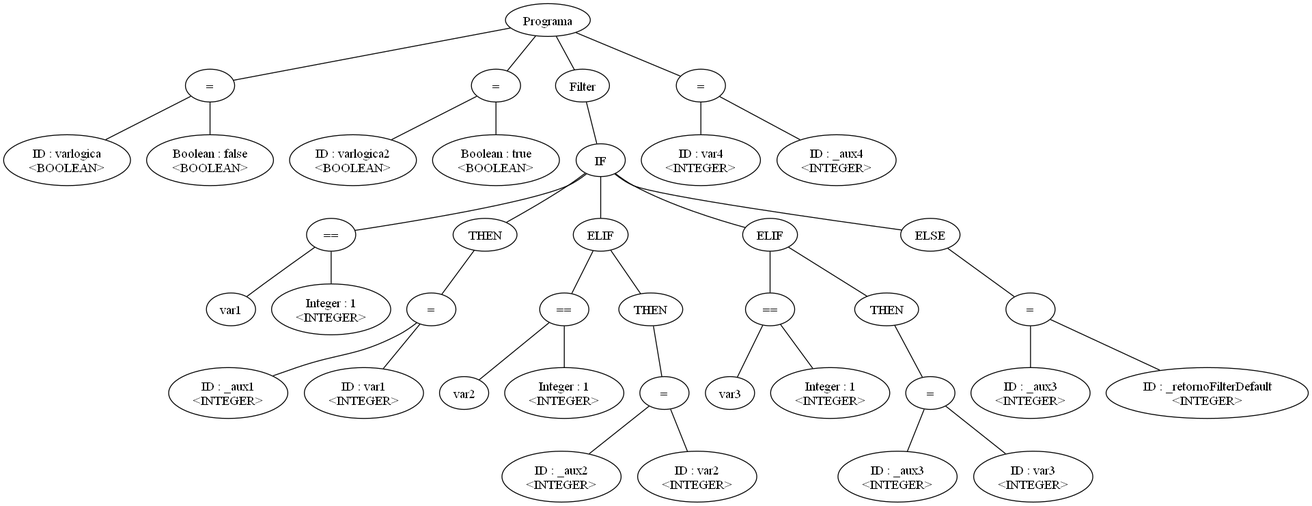
Before: arbol.png, a diagram exported from Graphviz (leandroprios/compilador). Its source is kept beside it as arbol.dot.
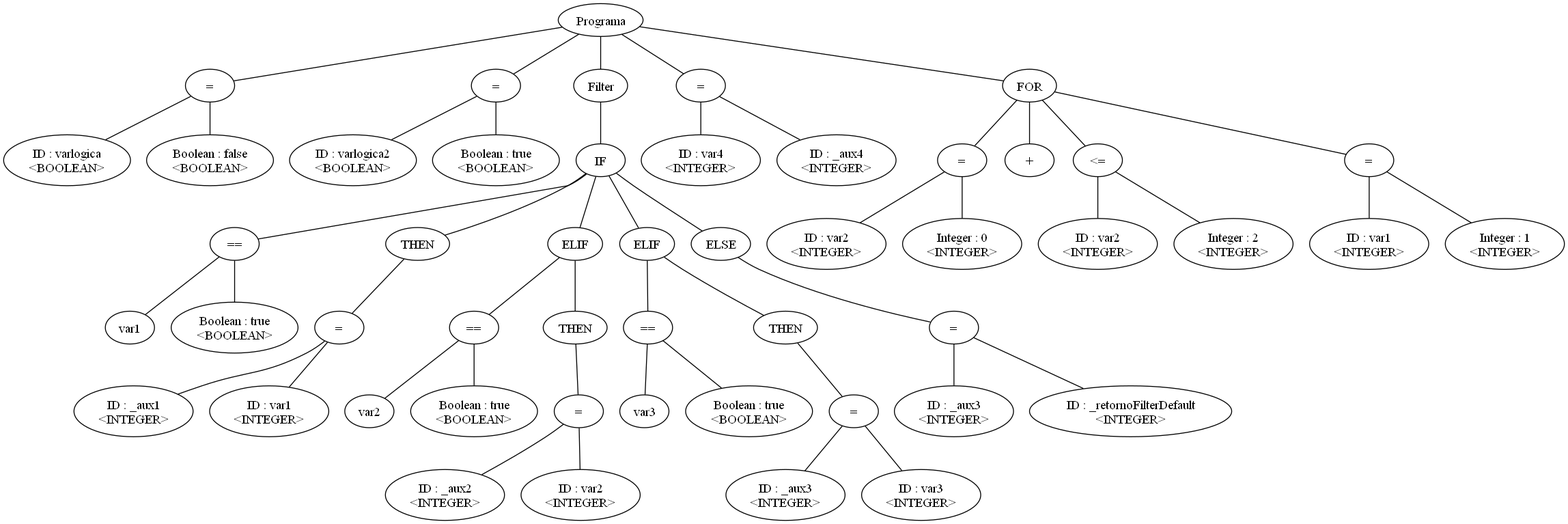
Above is the later version.

Diff of the diagram source:
```diff
@@ -1,78 +1,100 @@
-graph G {nodo_1418921382[label="Programa"]
-nodo_259969174[label="="]
-nodo_1418921382--nodo_259969174
-nodo_925056113[label="ID : varlogica\n<BOOLEAN>"]
-nodo_259969174--nodo_925056113
-nodo_1481981821[label="Boolean : false\n<BOOLEAN>"]
-nodo_259969174--nodo_1481981821
-nodo_346533860[label="="]
-nodo_1418921382--nodo_346533860
-nodo_1839474566[label="ID : varlogica2\n<BOOLEAN>"]
-nodo_346533860--nodo_1839474566
-nodo_1128947447[label="Boolean : true\n<BOOLEAN>"]
-nodo_346533860--nodo_1128947447
-nodo_848637748[label="Filter"]
-nodo_1418921382--nodo_848637748
-nodo_467959309[label="IF"]
-nodo_848637748--nodo_467959309
-nodo_1462821600[label="=="]
-nodo_467959309--nodo_1462821600
-nodo_1184670487[label="var1"]
-nodo_1462821600--nodo_1184670487
-nodo_1575737471[label="Integer : 1\n<INTEGER>"]
-nodo_1462821600--nodo_1575737471
-nodo_2036671736[label="THEN"]
-nodo_467959309--nodo_2036671736
-nodo_892340339[label="="]
-nodo_2036671736--nodo_892340339
-nodo_379027929[label="ID : _aux1\n<INTEGER>"]
-nodo_892340339--nodo_379027929
-nodo_364682068[label="ID : var1\n<INTEGER>"]
-nodo_892340339--nodo_364682068
-nodo_1320048931[label="ELIF"]
-nodo_467959309--nodo_1320048931
-nodo_2078847765[label="=="]
-nodo_1320048931--nodo_2078847765
-nodo_1364946168[label="var2"]
-nodo_2078847765--nodo_1364946168
-nodo_541866940[label="Integer : 1\n<INTEGER>"]
-nodo_2078847765--nodo_541866940
-nodo_1500321867[label="THEN"]
-nodo_1320048931--nodo_1500321867
-nodo_576287067[label="="]
-nodo_1500321867--nodo_576287067
-nodo_686810436[label="ID : _aux2\n<INTEGER>"]
-nodo_576287067--nodo_686810436
-nodo_1765784126[label="ID : var2\n<INTEGER>"]
-nodo_576287067--nodo_1765784126
-nodo_1296228207[label="ELIF"]
-nodo_467959309--nodo_1296228207
-nodo_611888181[label="=="]
-nodo_1296228207--nodo_611888181
-nodo_1936373819[label="var3"]
-nodo_611888181--nodo_1936373819
-nodo_1737495074[label="Integer : 1\n<INTEGER>"]
-nodo_611888181--nodo_1737495074
-nodo_2120310795[label="THEN"]
-nodo_1296228207--nodo_2120310795
-nodo_1560943271[label="="]
-nodo_2120310795--nodo_1560943271
-nodo_2072500829[label="ID : _aux3\n<INTEGER>"]
-nodo_1560943271--nodo_2072500829
-nodo_476173837[label="ID : var3\n<INTEGER>"]
-nodo_1560943271--nodo_476173837
-nodo_462969957[label="ELSE"]
-nodo_467959309--nodo_462969957
-nodo_1030589643[label="="]
-nodo_462969957--nodo_1030589643
-nodo_2021518345[label="ID : _aux3\n<INTEGER>"]
-nodo_1030589643--nodo_2021518345
-nodo_1782484149[label="ID : _retornoFilterDefault\n<INTEGER>"]
-nodo_1030589643--nodo_1782484149
-nodo_569387796[label="="]
-nodo_1418921382--nodo_569387796
-nodo_1890250805[label="ID : var4\n<INTEGER>"]
-nodo_569387796--nodo_1890250805
-nodo_1730168717[label="ID : _aux4\n<INTEGER>"]
-nodo_569387796--nodo_1730168717
+graph G {nodo_1359029841[label="Programa"]
+nodo_1631131077[label="="]
+nodo_1359029841--nodo_1631131077
+nodo_1608024555[label="ID : varlogica\n<BOOLEAN>"]
+nodo_1631131077--nodo_1608024555
+nodo_1531772277[label="Boolean : false\n<BOOLEAN>"]
+nodo_1631131077--nodo_1531772277
+nodo_52919267[label="="]
+nodo_1359029841--nodo_52919267
+nodo_706331007[label="ID : varlogica2\n<BOOLEAN>"]
+nodo_52919267--nodo_706331007
+nodo_827705870[label="Boolean : true\n<BOOLEAN>"]
+nodo_52919267--nodo_827705870
+nodo_223227396[label="Filter"]
+nodo_1359029841--nodo_223227396
+nodo_890156077[label="IF"]
+nodo_223227396--nodo_890156077
+nodo_1375242698[label="=="]
+nodo_890156077--nodo_1375242698
+nodo_1323449409[label="var1"]
+nodo_1375242698--nodo_1323449409
+nodo_849347991[label="Boolean : true\n<BOOLEAN>"]
+nodo_1375242698--nodo_849347991
+nodo_1555418274[label="THEN"]
+nodo_890156077--nodo_1555418274
+nodo_1743520120[label="="]
+nodo_1555418274--nodo_1743520120
+nodo_951269872[label="ID : _aux1\n<INTEGER>"]
+nodo_1743520120--nodo_951269872
+nodo_168628172[label="ID : var1\n<INTEGER>"]
+nodo_1743520120--nodo_168628172
+nodo_63610975[label="ELIF"]
+nodo_890156077--nodo_63610975
+nodo_69899935[label="=="]
+nodo_63610975--nodo_69899935
+nodo_636961619[label="var2"]
+nodo_69899935--nodo_636961619
+nodo_1206278990[label="Boolean : true\n<BOOLEAN>"]
+nodo_69899935--nodo_1206278990
+nodo_1820050450[label="THEN"]
+nodo_63610975--nodo_1820050450
+nodo_1102455163[label="="]
+nodo_1820050450--nodo_1102455163
+nodo_1589911493[label="ID : _aux2\n<INTEGER>"]
+nodo_1102455163--nodo_1589911493
+nodo_730665848[label="ID : var2\n<INTEGER>"]
+nodo_1102455163--nodo_730665848
+nodo_2084538583[label="ELIF"]
+nodo_890156077--nodo_2084538583
+nodo_208851922[label="=="]
+nodo_2084538583--nodo_208851922
+nodo_1924587438[label="var3"]
+nodo_208851922--nodo_1924587438
+nodo_828572755[label="Boolean : true\n<BOOLEAN>"]
+nodo_208851922--nodo_828572755
+nodo_68469581[label="THEN"]
+nodo_2084538583--nodo_68469581
+nodo_728556074[label="="]
+nodo_68469581--nodo_728556074
+nodo_1868763974[label="ID : _aux3\n<INTEGER>"]
+nodo_728556074--nodo_1868763974
+nodo_1175180133[label="ID : var3\n<INTEGER>"]
+nodo_728556074--nodo_1175180133
+nodo_1944976942[label="ELSE"]
+nodo_890156077--nodo_1944976942
+nodo_1763691930[label="="]
+nodo_1944976942--nodo_1763691930
+nodo_504433372[label="ID : _aux3\n<INTEGER>"]
+nodo_1763691930--nodo_504433372
+nodo_102326912[label="ID : _retornoFilterDefault\n<INTEGER>"]
+nodo_1763691930--nodo_102326912
+nodo_1406621514[label="="]
+nodo_1359029841--nodo_1406621514
+nodo_1152590775[label="ID : var4\n<INTEGER>"]
+nodo_1406621514--nodo_1152590775
+nodo_1382192663[label="ID : _aux4\n<INTEGER>"]
+nodo_1406621514--nodo_1382192663
+nodo_522384313[label="FOR"]
+nodo_1359029841--nodo_522384313
+nodo_1982241296[label="="]
+nodo_522384313--nodo_1982241296
+nodo_735420920[label="ID : var2\n<INTEGER>"]
+nodo_1982241296--nodo_735420920
+nodo_1832999099[label="Integer : 0\n<INTEGER>"]
+nodo_1982241296--nodo_1832999099
+nodo_1710674321[label="+"]
+nodo_522384313--nodo_1710674321
+nodo_658649381[label="<="]
+nodo_522384313--nodo_658649381
+nodo_555650644[label="ID : var2\n<INTEGER>"]
+nodo_658649381--nodo_555650644
+nodo_1191026252[label="Integer : 2\n<INTEGER>"]
+nodo_658649381--nodo_1191026252
+nodo_357868891[label="="]
+nodo_522384313--nodo_357868891
+nodo_598308301[label="ID : var1\n<INTEGER>"]
+nodo_357868891--nodo_598308301
+nodo_1989161922[label="Integer : 1\n<INTEGER>"]
+nodo_357868891--nodo_1989161922
 }
```
